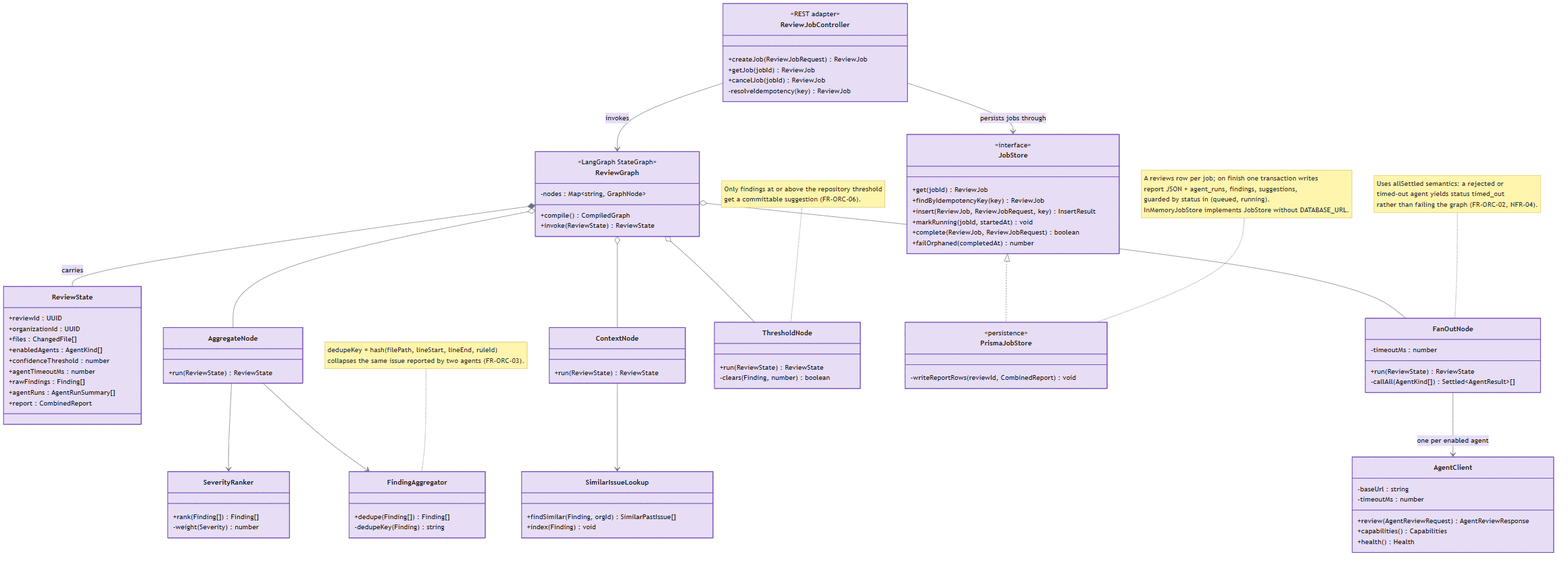
Before: docs/design/diagrams/class_orchestrator.png, a diagram exported from Mermaid (sumit-0804/CodeSentinel). Its source is kept beside it as docs/design/diagrams/mermaid/class_orchestrator.mmd.
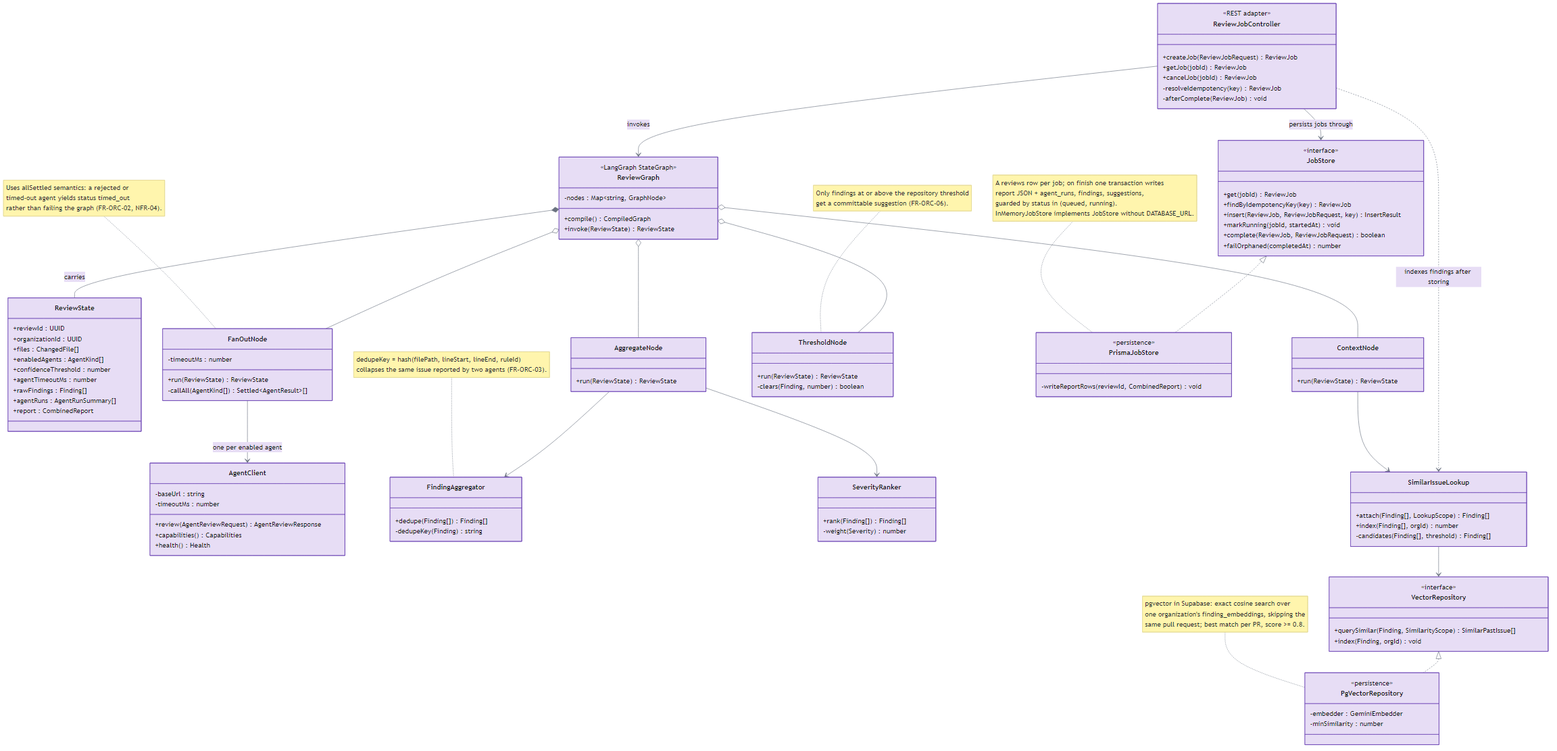
Above is the later version.

Commit message:
Index findings after review

Diff of the diagram source:
```diff
@@ -8,6 +8,7 @@
         +getJob(jobId) ReviewJob
         +cancelJob(jobId) ReviewJob
         -resolveIdempotency(key) ReviewJob
+        -afterComplete(ReviewJob) void
     }
 
     class ReviewGraph {
@@ -67,8 +68,21 @@
     }
 
     class SimilarIssueLookup {
-        +findSimilar(Finding, orgId) SimilarPastIssue[]
-        +index(Finding) void
+        +attach(Finding[], LookupScope) Finding[]
+        +index(Finding[], orgId) number
+        -candidates(Finding[], threshold) Finding[]
+    }
+
+    class VectorRepository {
+        <<interface>>
+        +querySimilar(Finding, SimilarityScope) SimilarPastIssue[]
+        +index(Finding, orgId) void
+    }
+
+    class PgVectorRepository {
+        <<persistence>>
+        -embedder : GeminiEmbedder
+        -minSimilarity : number
     }
 
     class JobStore {
@@ -87,6 +101,7 @@
     }
 
     JobStore <|.. PrismaJobStore
+    VectorRepository <|.. PgVectorRepository
 
     ReviewJobController --> ReviewGraph : invokes
     ReviewJobController --> JobStore : persists jobs through
@@ -100,8 +115,11 @@
     AggregateNode --> FindingAggregator
     AggregateNode --> SeverityRanker
     ContextNode --> SimilarIssueLookup
+    SimilarIssueLookup --> VectorRepository
+    ReviewJobController ..> SimilarIssueLookup : indexes findings after storing
 
     note for FanOutNode "Uses allSettled semantics: a rejected or<br/>timed-out agent yields status timed_out<br/>rather than failing the graph (FR-ORC-02, NFR-04)."
     note for FindingAggregator "dedupeKey = hash(filePath, lineStart, lineEnd, ruleId)<br/>collapses the same issue reported by two agents (FR-ORC-03)."
     note for PrismaJobStore "A reviews row per job; on finish one transaction writes<br/>report JSON + agent_runs, findings, suggestions,<br/>guarded by status in (queued, running).<br/>InMemoryJobStore implements JobStore without DATABASE_URL."
+    note for PgVectorRepository "pgvector in Supabase: exact cosine search over<br/>one organization's finding_embeddings, skipping the<br/>same pull request; best match per PR, score >= 0.8."
     note for ThresholdNode "Only findings at or above the repository threshold<br/>get a committable suggestion (FR-ORC-06)."
```
